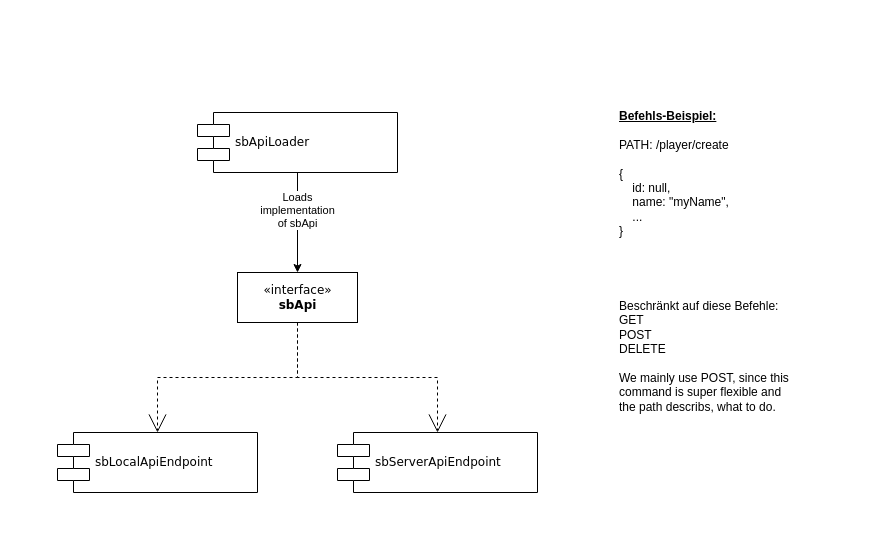
This is docs/api.drawio from sfxon/scoreboard, a draw.io file, before an edit. Source tidied: cells renumbered, new cells numbered last; positions are measured from the earlier drawing's top-left corner, leaving out a move shared by most shapes. Both pictures are drawn from the tidied source at 100%, with x=0, y=0 at pixel (57, 102).
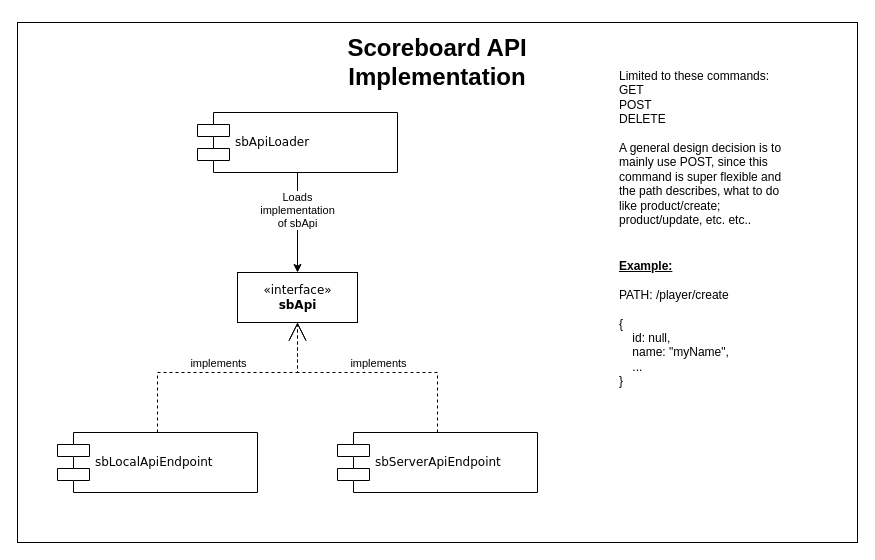
Above is the later version.

Unchanged cells that the change refers to:
```xml
<mxCell id="2" value="«interface»&lt;br&gt;&lt;b&gt;sbApi&lt;/b&gt;" style="html=1;rounded=0;shadow=0;comic=0;labelBackgroundColor=none;strokeWidth=1;fontFamily=Verdana;fontSize=12;align=center;" parent="1" vertex="1">
  <mxGeometry x="180" y="170" width="120" height="50" as="geometry" />
</mxCell>
<mxCell id="3" value="sbLocalApiEndpoint" style="shape=component;align=left;spacingLeft=36;rounded=0;shadow=0;comic=0;labelBackgroundColor=none;strokeWidth=1;fontFamily=Verdana;fontSize=12;html=1;" parent="1" vertex="1">
  <mxGeometry y="330" width="200" height="60" as="geometry" />
</mxCell>
<mxCell id="4" value="sbServerApiEndpoint" style="shape=component;align=left;spacingLeft=36;rounded=0;shadow=0;comic=0;labelBackgroundColor=none;strokeWidth=1;fontFamily=Verdana;fontSize=12;html=1;" parent="1" vertex="1">
  <mxGeometry x="280" y="330" width="200" height="60" as="geometry" />
</mxCell>
```

The edit, as a diff of the source:
```diff
@@
+    <mxCell id="12" style="rounded=0;whiteSpace=wrap;html=1;" parent="1" vertex="1">
+      <mxGeometry x="-40" y="-80" width="840" height="520" as="geometry" />
+    </mxCell>
@@
-    <mxCell id="5" value="Beschränkt auf diese Befehle:&lt;br&gt;GET&lt;br&gt;&lt;div&gt;POST&lt;/div&gt;DELETE&lt;div&gt;&lt;br&gt;We mainly use POST, since this command is super flexible and the path describs, what to do.&lt;/div&gt;" style="text;html=1;whiteSpace=wrap;strokeColor=none;fillColor=none;align=left;verticalAlign=top;rounded=0;" parent="1" vertex="1">
-      <mxGeometry x="560" y="190" width="180" height="110" as="geometry" />
+    <mxCell id="5" value="Limited to these commands:&lt;br&gt;GET&lt;br&gt;&lt;div&gt;POST&lt;/div&gt;DELETE&lt;div&gt;&lt;br&gt;&lt;/div&gt;&lt;div&gt;A general design decision is to mainly use POST, since this command is super flexible and the path describes, what to do like product/create; product/update, etc. etc..&lt;/div&gt;" style="text;html=1;whiteSpace=wrap;strokeColor=none;fillColor=none;align=left;verticalAlign=top;rounded=0;" parent="1" vertex="1">
+      <mxGeometry x="560" y="-40" width="180" height="180" as="geometry" />
     </mxCell>
-    <mxCell id="6" style="edgeStyle=orthogonalEdgeStyle;rounded=0;html=1;dashed=1;labelBackgroundColor=none;startArrow=none;startFill=0;startSize=8;endArrow=open;endFill=0;endSize=16;fontFamily=Verdana;fontSize=12;exitX=0.5;exitY=1;exitDx=0;exitDy=0;entryX=0.5;entryY=0;entryDx=0;entryDy=0;" parent="1" edge="1" source="2" target="3">
-      <mxGeometry relative="1" as="geometry" />
+    <mxCell id="6" style="edgeStyle=orthogonalEdgeStyle;rounded=0;html=1;dashed=1;labelBackgroundColor=none;startArrow=none;startFill=0;startSize=8;endArrow=open;endFill=0;endSize=16;fontFamily=Verdana;fontSize=12;exitX=0.5;exitY=0;exitDx=0;exitDy=0;entryX=0.5;entryY=1;entryDx=0;entryDy=0;" parent="1" edge="1" source="3" target="2">
+      <mxGeometry relative="1" as="geometry">
+        <Array as="points">
+          <mxPoint x="100" y="270" />
+          <mxPoint x="240" y="270" />
+        </Array>
+      </mxGeometry>
     </mxCell>
-    <mxCell id="7" style="edgeStyle=orthogonalEdgeStyle;rounded=0;html=1;dashed=1;labelBackgroundColor=none;startArrow=none;startFill=0;startSize=8;endArrow=open;endFill=0;endSize=16;fontFamily=Verdana;fontSize=12;exitX=0.5;exitY=1;exitDx=0;exitDy=0;" parent="1" edge="1" source="2" target="4">
-      <mxGeometry relative="1" as="geometry" />
-    </mxCell>
+    <mxCell id="13" value="implements" style="edgeLabel;html=1;align=center;verticalAlign=middle;" parent="6" vertex="1">
+      <mxGeometry x="-0.04" y="-3" relative="1" as="geometry">
+        <mxPoint y="-13" as="offset" />
+      </mxGeometry>
+    </mxCell>
@@
-    <mxCell id="11" value="&lt;b&gt;&lt;u&gt;Befehls-Beispiel:&lt;/u&gt;&lt;/b&gt;&lt;br&gt;&lt;br&gt;PATH: /player/create&lt;br&gt;&lt;br&gt;{&lt;br&gt;&amp;nbsp; &amp;nbsp; id: null,&lt;br&gt;&amp;nbsp; &amp;nbsp; name: &quot;myName&quot;,&lt;br&gt;&amp;nbsp; &amp;nbsp; ...&lt;br&gt;}" style="text;html=1;whiteSpace=wrap;strokeColor=none;fillColor=none;align=left;verticalAlign=top;rounded=0;" parent="1" vertex="1">
-      <mxGeometry x="560" width="180" height="110" as="geometry" />
+    <mxCell id="11" value="&lt;b&gt;&lt;u&gt;Example:&lt;/u&gt;&lt;/b&gt;&lt;br&gt;&lt;br&gt;PATH: /player/create&lt;br&gt;&lt;br&gt;{&lt;br&gt;&amp;nbsp; &amp;nbsp; id: null,&lt;br&gt;&amp;nbsp; &amp;nbsp; name: &quot;myName&quot;,&lt;br&gt;&amp;nbsp; &amp;nbsp; ...&lt;br&gt;}" style="text;html=1;whiteSpace=wrap;strokeColor=none;fillColor=none;align=left;verticalAlign=top;rounded=0;" parent="1" vertex="1">
+      <mxGeometry x="560" y="150" width="180" height="110" as="geometry" />
     </mxCell>
+    <mxCell id="14" value="&lt;h1&gt;Scoreboard API Implementation&lt;/h1&gt;" style="text;html=1;strokeColor=none;fillColor=none;align=center;verticalAlign=middle;whiteSpace=wrap;rounded=0;" parent="1" vertex="1">
+      <mxGeometry x="210" y="-70" width="340" height="60" as="geometry" />
+    </mxCell>
+    <mxCell id="15" style="edgeStyle=orthogonalEdgeStyle;rounded=0;html=1;dashed=1;labelBackgroundColor=none;startArrow=none;startFill=0;startSize=8;endArrow=open;endFill=0;endSize=16;fontFamily=Verdana;fontSize=12;exitX=0.5;exitY=0;exitDx=0;exitDy=0;" parent="1" edge="1" source="4">
+      <mxGeometry relative="1" as="geometry">
+        <mxPoint x="240" y="220" as="targetPoint" />
+        <Array as="points">
+          <mxPoint x="380" y="270" />
+          <mxPoint x="240" y="270" />
+        </Array>
+      </mxGeometry>
+    </mxCell>
+    <mxCell id="16" value="implements" style="edgeLabel;html=1;align=center;verticalAlign=middle;" parent="15" vertex="1">
+      <mxGeometry x="-0.04" y="-3" relative="1" as="geometry">
+        <mxPoint y="-7" as="offset" />
+      </mxGeometry>
+    </mxCell>
```
